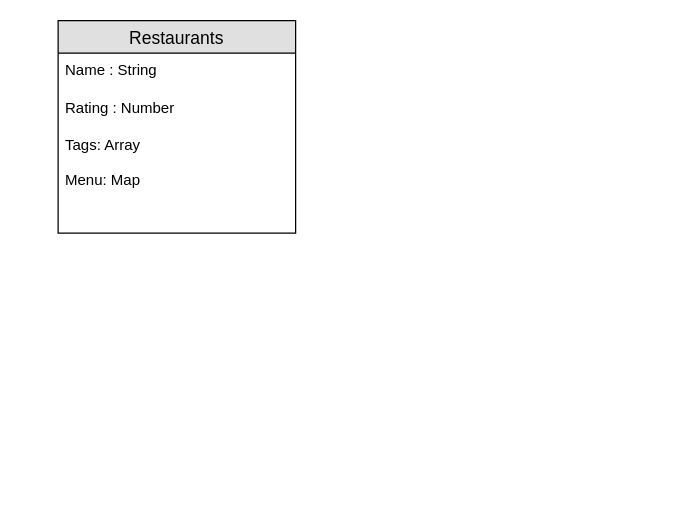
This is Untitled Diagram.drawio from instructorKC/erdiagrams, a draw.io file, before an edit. Source tidied: cells renumbered, new cells numbered last; positions are measured from the earlier drawing's top-left corner, leaving out a move shared by most shapes. Both pictures are drawn from the tidied source at 125%, with x=0, y=0 at pixel (58, 20).
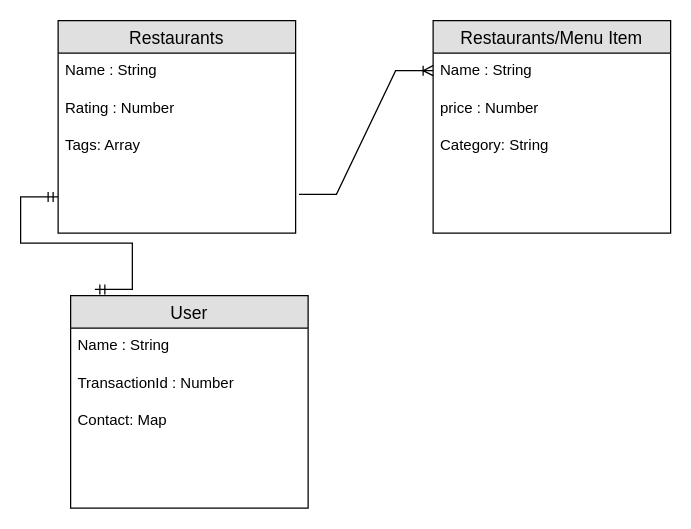
The same page after the edit.

Change to the diagram source:
```diff
@@
 <mxGraphModel>
   <root>
     <mxCell id="0" />
     <mxCell id="1" parent="0" />
     <mxCell id="2" value="Restaurants" style="swimlane;fontStyle=0;horizontal=1;startSize=26;align=center;fontSize=14;fillColor=#E0E0E0;" parent="1" vertex="1">
       <mxGeometry width="190" height="170" as="geometry" />
     </mxCell>
     <mxCell id="3" value="Name : String" style="text;strokeColor=none;fillColor=none;spacingLeft=4;spacingRight=4;overflow=hidden;fontSize=12;" parent="2" vertex="1">
       <mxGeometry y="26" width="190" height="30" as="geometry" />
     </mxCell>
     <mxCell id="4" value="Rating : Number" style="text;strokeColor=none;fillColor=none;spacingLeft=4;spacingRight=4;overflow=hidden;fontSize=12;" parent="2" vertex="1">
       <mxGeometry y="56" width="190" height="30" as="geometry" />
     </mxCell>
-    <mxCell id="5" value="Tags: Array&#10;&#10;Menu: Map" style="text;strokeColor=none;fillColor=none;spacingLeft=4;spacingRight=4;overflow=hidden;points=[[0,0.5],[1,0.5]];portConstraint=eastwest;fontSize=12;" parent="2" vertex="1">
+    <mxCell id="5" value="Tags: Array&#10;&#10;" style="text;strokeColor=none;fillColor=none;spacingLeft=4;spacingRight=4;overflow=hidden;points=[[0,0.5],[1,0.5]];portConstraint=eastwest;fontSize=12;" parent="2" vertex="1">
       <mxGeometry y="86" width="190" height="84" as="geometry" />
     </mxCell>
+    <mxCell id="6" value="Restaurants/Menu Item" style="swimlane;fontStyle=0;horizontal=1;startSize=26;align=center;fontSize=14;fillColor=#E0E0E0;" parent="1" vertex="1">
+      <mxGeometry x="300" width="190" height="170" as="geometry" />
+    </mxCell>
+    <mxCell id="7" value="Name : String" style="text;strokeColor=none;fillColor=none;spacingLeft=4;spacingRight=4;overflow=hidden;fontSize=12;" parent="6" vertex="1">
+      <mxGeometry y="26" width="190" height="30" as="geometry" />
+    </mxCell>
+    <mxCell id="8" value="price : Number" style="text;strokeColor=none;fillColor=none;spacingLeft=4;spacingRight=4;overflow=hidden;fontSize=12;" parent="6" vertex="1">
+      <mxGeometry y="56" width="190" height="30" as="geometry" />
+    </mxCell>
+    <mxCell id="9" value="Category: String&#10;&#10;" style="text;strokeColor=none;fillColor=none;spacingLeft=4;spacingRight=4;overflow=hidden;fontSize=12;" parent="6" vertex="1">
+      <mxGeometry y="86" width="190" height="84" as="geometry" />
+    </mxCell>
+    <mxCell id="10" style="edgeStyle=entityRelationEdgeStyle;fontSize=12;html=1;endArrow=ERoneToMany;rounded=0;exitX=1.014;exitY=0.63;exitDx=0;exitDy=0;exitPerimeter=0;" parent="1" edge="1" source="5">
+      <mxGeometry relative="1" as="geometry">
+        <mxPoint x="300" y="40" as="targetPoint" />
+      </mxGeometry>
+    </mxCell>
+    <mxCell id="11" value="User" style="swimlane;fontStyle=0;horizontal=1;startSize=26;align=center;fontSize=14;fillColor=#E0E0E0;" parent="1" vertex="1">
+      <mxGeometry x="10" y="220" width="190" height="170" as="geometry" />
+    </mxCell>
+    <mxCell id="12" value="Name : String" style="text;strokeColor=none;fillColor=none;spacingLeft=4;spacingRight=4;overflow=hidden;fontSize=12;" parent="11" vertex="1">
+      <mxGeometry y="26" width="190" height="30" as="geometry" />
+    </mxCell>
+    <mxCell id="13" value="TransactionId : Number" style="text;strokeColor=none;fillColor=none;spacingLeft=4;spacingRight=4;overflow=hidden;fontSize=12;" parent="11" vertex="1">
+      <mxGeometry y="56" width="190" height="30" as="geometry" />
+    </mxCell>
+    <mxCell id="14" value="Contact: Map&#10;&#10;" style="text;strokeColor=none;fillColor=none;spacingLeft=4;spacingRight=4;overflow=hidden;fontSize=12;" parent="11" vertex="1">
+      <mxGeometry y="86" width="190" height="84" as="geometry" />
+    </mxCell>
+    <mxCell id="15" style="edgeStyle=entityRelationEdgeStyle;fontSize=12;html=1;endArrow=ERmandOne;startArrow=ERmandOne;rounded=0;exitX=0.102;exitY=-0.029;exitDx=0;exitDy=0;exitPerimeter=0;" parent="1" edge="1" source="11">
+      <mxGeometry relative="1" as="geometry">
+        <mxPoint y="141" as="targetPoint" />
+      </mxGeometry>
+    </mxCell>
   </root>
 </mxGraphModel>
```
